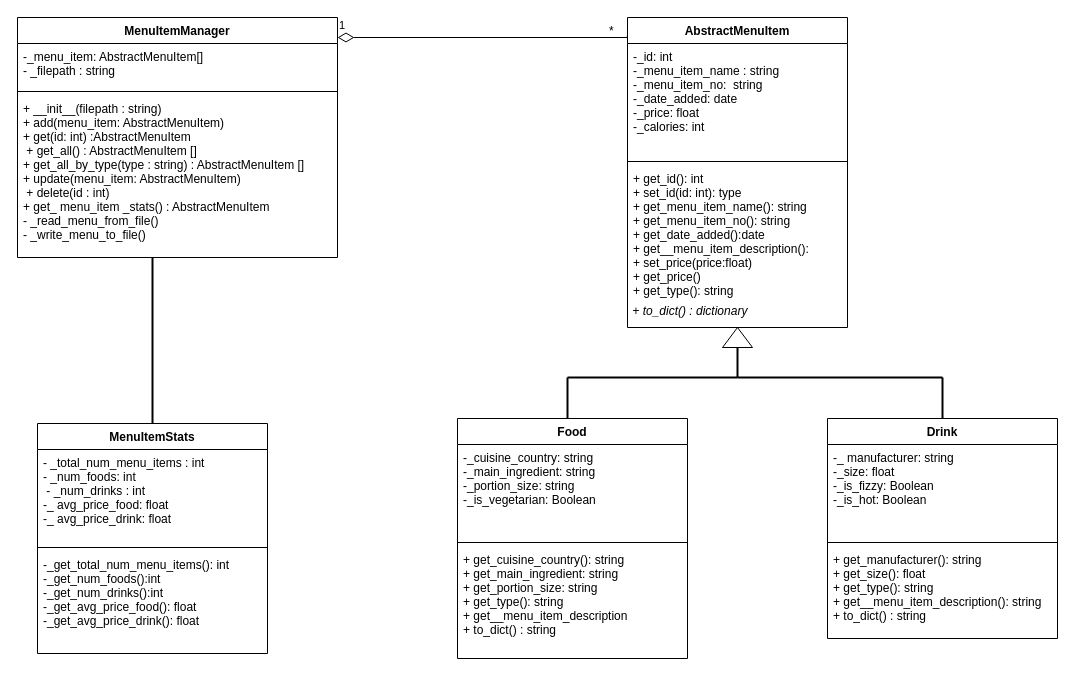
Earlier version of the draw.io diagram UML.drawio (AhmadrezaBanitaba/ACIT2515_ASSIGNMENT3). Source tidied: cells renumbered, new cells numbered last; positions are measured from the earlier drawing's top-left corner, leaving out a move shared by most shapes. Both pictures are drawn from the tidied source at 100%, with x=0, y=0 at pixel (17, 17).
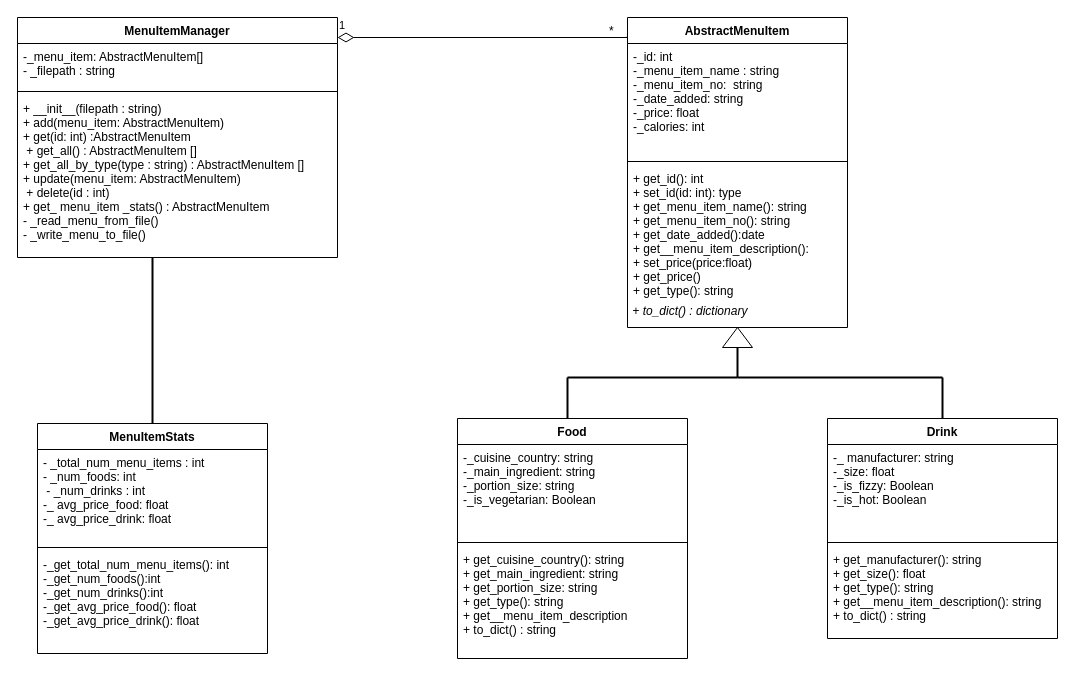
The same page after the edit.

Unchanged cells that the change refers to:
```xml
<mxCell id="22" value="AbstractMenuItem" style="swimlane;fontStyle=1;align=center;verticalAlign=top;horizontal=1;startSize=26;" parent="1" vertex="1">
  <mxGeometry x="610" width="220" height="310" as="geometry" />
</mxCell>
```

What changed in the source:
```diff
@@
-    <mxCell id="23" value="-_id: int&#10;-_menu_item_name : string&#10;-_menu_item_no:  string&#10;-_date_added: date&#10;-_price: float&#10;-_calories: int&#10;&#10;" style="text;strokeColor=none;fillColor=none;align=left;verticalAlign=top;spacingLeft=4;spacingRight=4;overflow=hidden;" parent="22" vertex="1">
+    <mxCell id="23" value="-_id: int&#10;-_menu_item_name : string&#10;-_menu_item_no:  string&#10;-_date_added: string&#10;-_price: float&#10;-_calories: int&#10;&#10;" style="text;strokeColor=none;fillColor=none;align=left;verticalAlign=top;spacingLeft=4;spacingRight=4;overflow=hidden;" parent="22" vertex="1">
       <mxGeometry y="26" width="220" height="114" as="geometry" />
     </mxCell>
```
